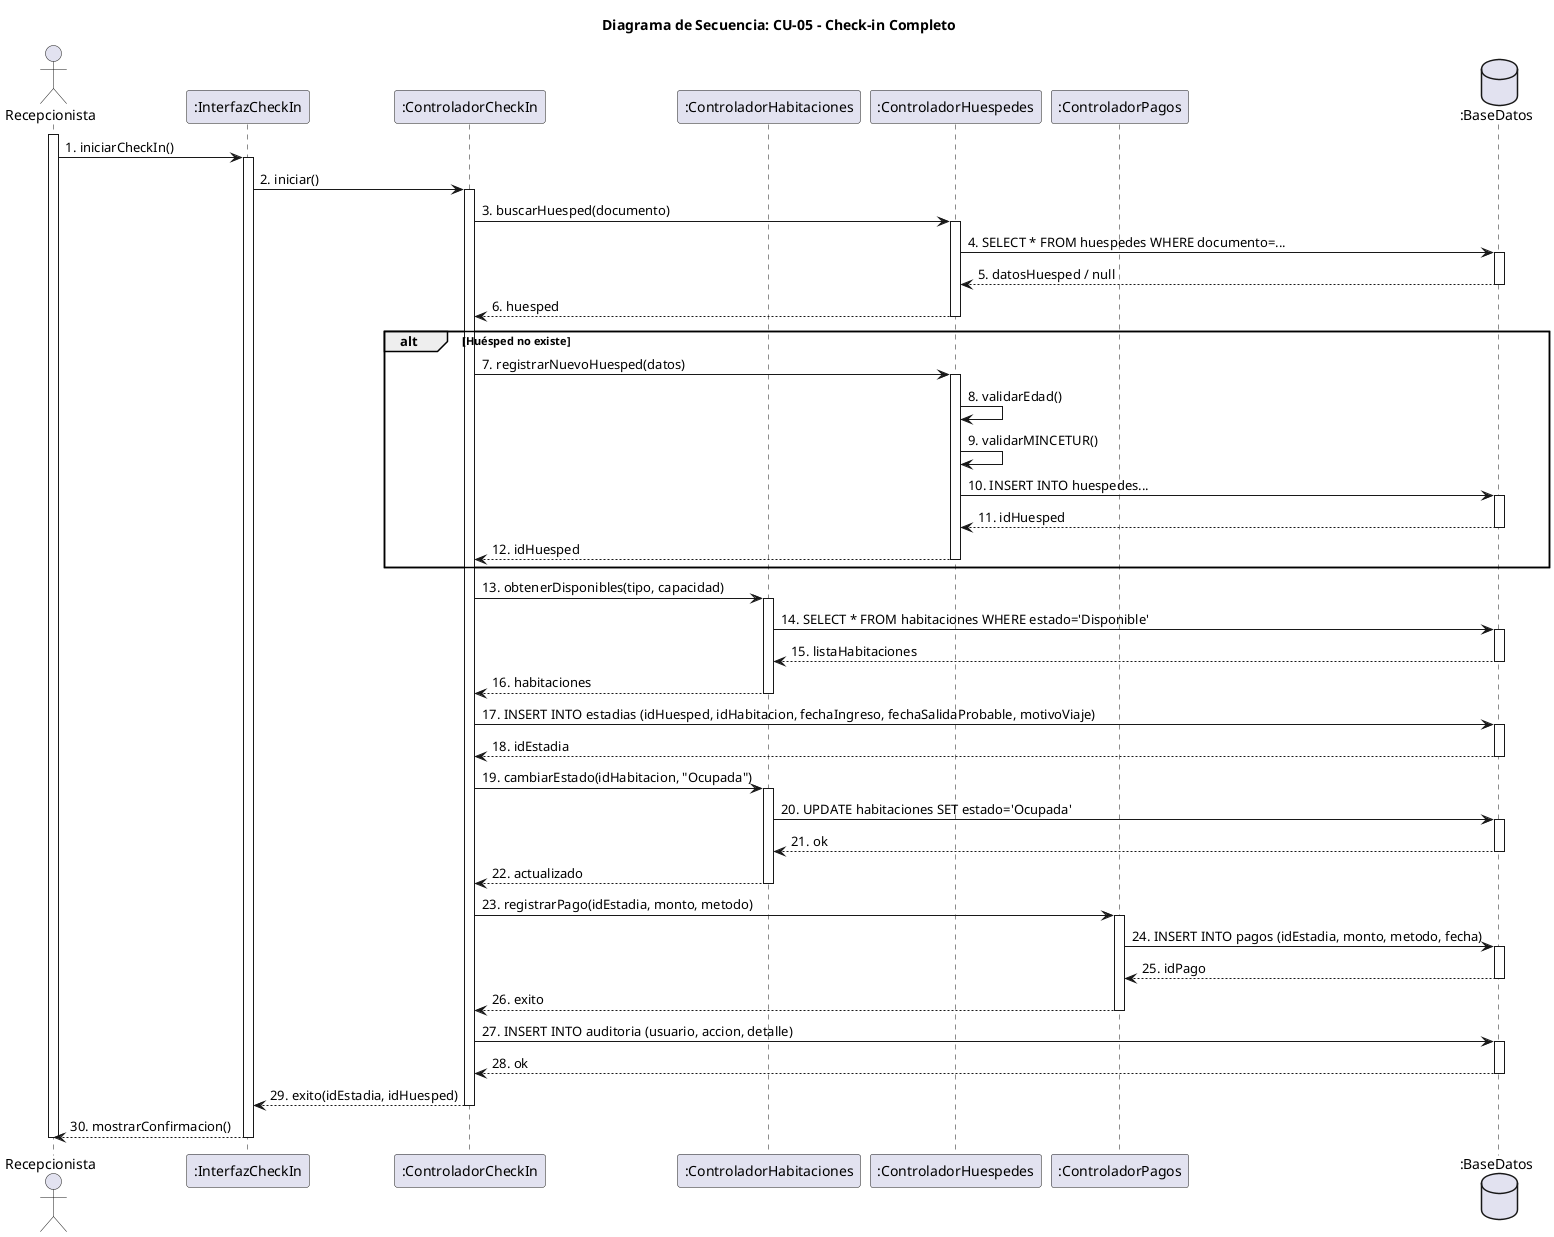
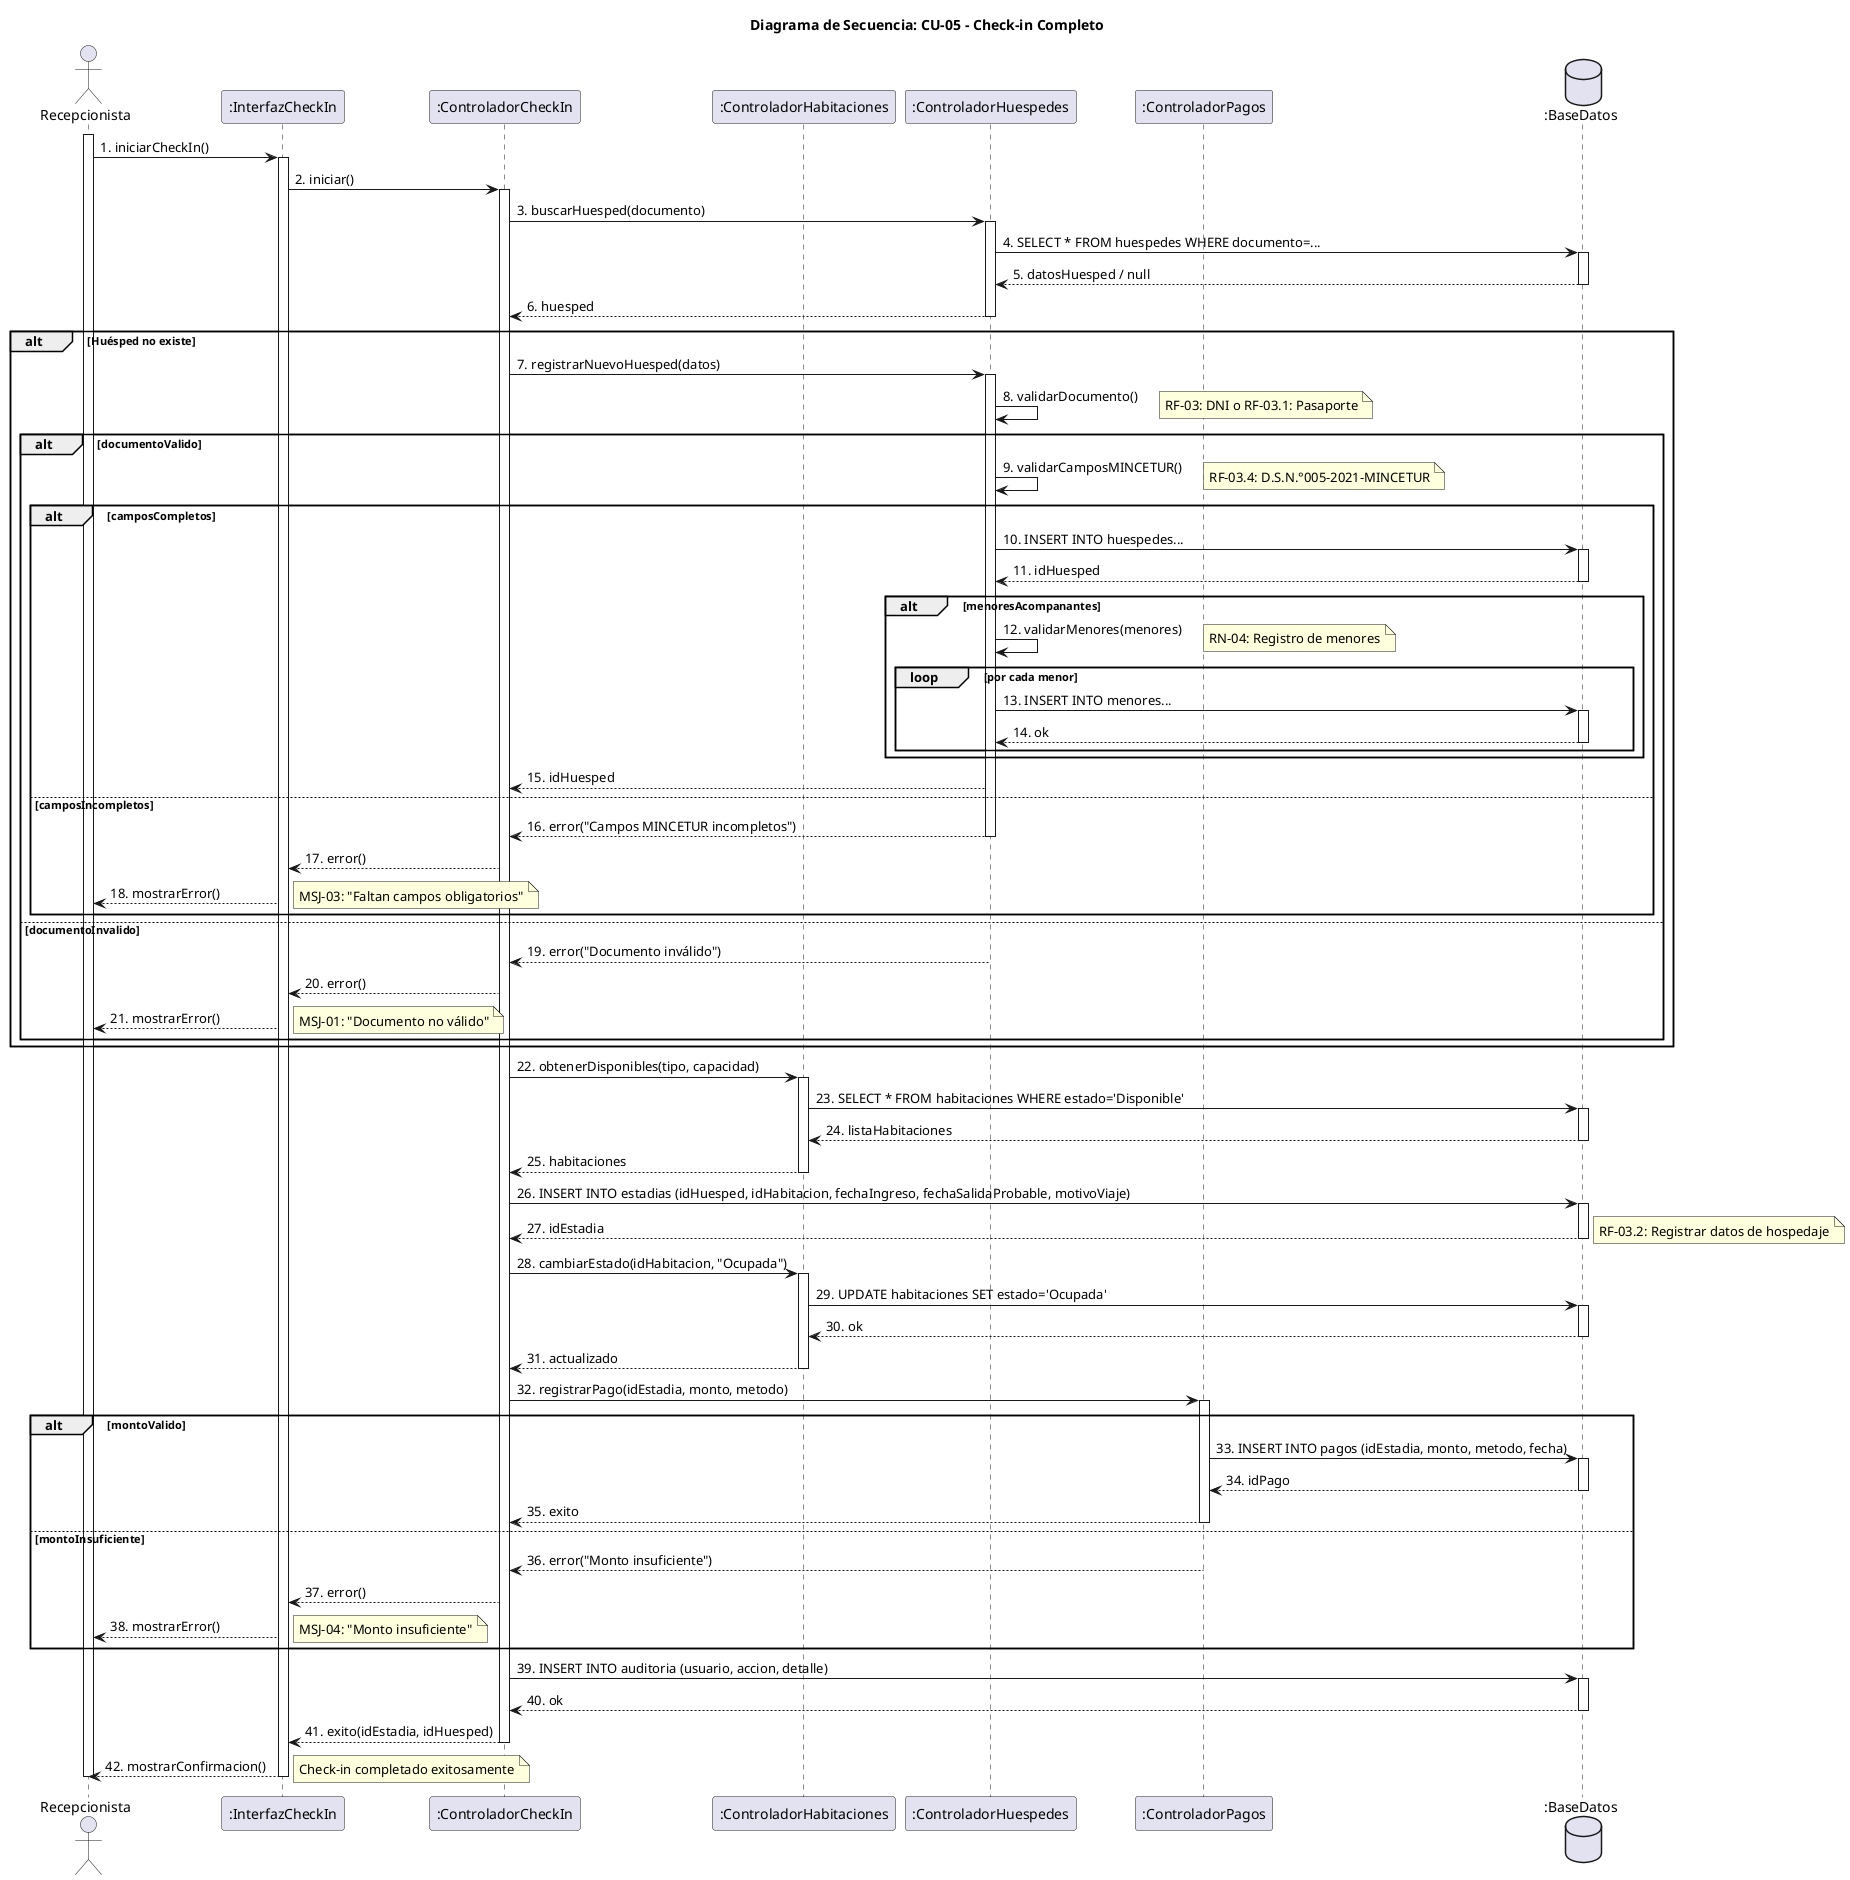
@startuml CU-05-Check-In-Completo
' ============================================================
' DIAGRAMA DE SECUENCIA: Check-in Completo
' ============================================================
- ' CASO DE USO: CU-05 - Realizar check-in
+ ' CASO DE USUARIO: CU-05 - Realizar check-in
' REQUISITOS FUNCIONALES: RF-03.2, RF-04.6
- ' REGLAS DE NEGOCIO: RN-01, RN-06, RN-12, RN-13, RN-14
+ ' REGLAS DE NEGOCIO: RN-01, RN-02, RN-03, RN-04, RN-06, RN-12, RN-13, RN-14, RN-16, RN-17
' ============================================================

title Diagrama de Secuencia: CU-05 - Check-in Completo

actor "Recepcionista" as R
participant ":InterfazCheckIn" as ICI
participant ":ControladorCheckIn" as CCI
participant ":ControladorHabitaciones" as CH
participant ":ControladorHuespedes" as CHU
participant ":ControladorPagos" as CP
database ":BaseDatos" as BD

activate R

' === 1. INICIAR CHECK-IN ===
R -> ICI: 1. iniciarCheckIn()
activate ICI

ICI -> CCI: 2. iniciar()
activate CCI

' === 2. BUSCAR O REGISTRAR HUÉSPED ===
CCI -> CHU: 3. buscarHuesped(documento)
activate CHU
CHU -> BD: 4. SELECT * FROM huespedes WHERE documento=...
activate BD
BD --> CHU: 5. datosHuesped / null
deactivate BD
CHU --> CCI: 6. huesped
deactivate CHU

alt Huésped no existe
+     ' === REGISTRAR NUEVO HUÉSPED ===
    CCI -> CHU: 7. registrarNuevoHuesped(datos)
    activate CHU
-     CHU -> CHU: 8. validarEdad()
-     CHU -> CHU: 9. validarMINCETUR()
-     CHU -> BD: 10. INSERT INTO huespedes...
-     activate BD
-     BD --> CHU: 11. idHuesped
-     deactivate BD
-     CHU --> CCI: 12. idHuesped
+ 
+     CHU -> CHU: 8. validarDocumento()
+     note right: RF-03: DNI o RF-03.1: Pasaporte
+ 
+     alt documentoValido
+         CHU -> CHU: 9. validarCamposMINCETUR()
+         note right: RF-03.4: D.S.N.°005-2021-MINCETUR
+ 
+         alt camposCompletos
+             CHU -> BD: 10. INSERT INTO huespedes...
+             activate BD
+             BD --> CHU: 11. idHuesped
+             deactivate BD
+ 
+             alt menoresAcompanantes
+                 CHU -> CHU: 12. validarMenores(menores)
+                 note right: RN-04: Registro de menores
+                 loop por cada menor
+                     CHU -> BD: 13. INSERT INTO menores...
+                     activate BD
+                     BD --> CHU: 14. ok
+                     deactivate BD
+                 end
+             end
+ 
+             CHU --> CCI: 15. idHuesped
+         else camposIncompletos
+             CHU --> CCI: 16. error("Campos MINCETUR incompletos")
+             deactivate CHU
+             CCI --> ICI: 17. error()
+             ICI --> R: 18. mostrarError()
+             note right: MSJ-03: "Faltan campos obligatorios"
+         end
+     else documentoInvalido
+         CHU --> CCI: 19. error("Documento inválido")
+         deactivate CHU
+         CCI --> ICI: 20. error()
+         ICI --> R: 21. mostrarError()
+         note right: MSJ-01: "Documento no válido"
+     end
    deactivate CHU
end

' === 3. OBTENER HABITACIONES DISPONIBLES ===
- CCI -> CH: 13. obtenerDisponibles(tipo, capacidad)
+ CCI -> CH: 22. obtenerDisponibles(tipo, capacidad)
activate CH
- CH -> BD: 14. SELECT * FROM habitaciones WHERE estado='Disponible'
+ CH -> BD: 23. SELECT * FROM habitaciones WHERE estado='Disponible'
activate BD
- BD --> CH: 15. listaHabitaciones
+ BD --> CH: 24. listaHabitaciones
deactivate BD
- CH --> CCI: 16. habitaciones
+ CH --> CCI: 25. habitaciones
deactivate CH

- ' === 4. REGISTRAR ESTADÍA ===
- CCI -> BD: 17. INSERT INTO estadias (idHuesped, idHabitacion, fechaIngreso, fechaSalidaProbable, motivoViaje)
+ ' === 4. REGISTRAR DATOS DE HOSPEDAJE ===
+ CCI -> BD: 26. INSERT INTO estadias (idHuesped, idHabitacion, fechaIngreso, fechaSalidaProbable, motivoViaje)
activate BD
- BD --> CCI: 18. idEstadia
+ BD --> CCI: 27. idEstadia
deactivate BD
+ note right: RF-03.2: Registrar datos de hospedaje

' === 5. CAMBIAR ESTADO DE HABITACIÓN ===
- CCI -> CH: 19. cambiarEstado(idHabitacion, "Ocupada")
+ CCI -> CH: 28. cambiarEstado(idHabitacion, "Ocupada")
activate CH
- CH -> BD: 20. UPDATE habitaciones SET estado='Ocupada'
+ CH -> BD: 29. UPDATE habitaciones SET estado='Ocupada'
activate BD
- BD --> CH: 21. ok
+ BD --> CH: 30. ok
deactivate BD
- CH --> CCI: 22. actualizado
+ CH --> CCI: 31. actualizado
deactivate CH

' === 6. REGISTRAR PAGO ===
- CCI -> CP: 23. registrarPago(idEstadia, monto, metodo)
+ CCI -> CP: 32. registrarPago(idEstadia, monto, metodo)
activate CP
- CP -> BD: 24. INSERT INTO pagos (idEstadia, monto, metodo, fecha)
- activate BD
- BD --> CP: 25. idPago
- deactivate BD
- CP --> CCI: 26. exito
- deactivate CP
+ 
+ alt montoValido
+     CP -> BD: 33. INSERT INTO pagos (idEstadia, monto, metodo, fecha)
+     activate BD
+     BD --> CP: 34. idPago
+     deactivate BD
+     CP --> CCI: 35. exito
+     deactivate CP
+ else montoInsuficiente
+     CP --> CCI: 36. error("Monto insuficiente")
+     deactivate CP
+     CCI --> ICI: 37. error()
+     ICI --> R: 38. mostrarError()
+     note right: MSJ-04: "Monto insuficiente"
+ end

' === 7. AUDITORÍA ===
- CCI -> BD: 27. INSERT INTO auditoria (usuario, accion, detalle)
+ CCI -> BD: 39. INSERT INTO auditoria (usuario, accion, detalle)
activate BD
- BD --> CCI: 28. ok
+ BD --> CCI: 40. ok
deactivate BD

- CCI --> ICI: 29. exito(idEstadia, idHuesped)
+ CCI --> ICI: 41. exito(idEstadia, idHuesped)
deactivate CCI

- ICI --> R: 30. mostrarConfirmacion()
+ ICI --> R: 42. mostrarConfirmacion()
+ note right: Check-in completado exitosamente
+ 
deactivate ICI
- 
deactivate R
@enduml